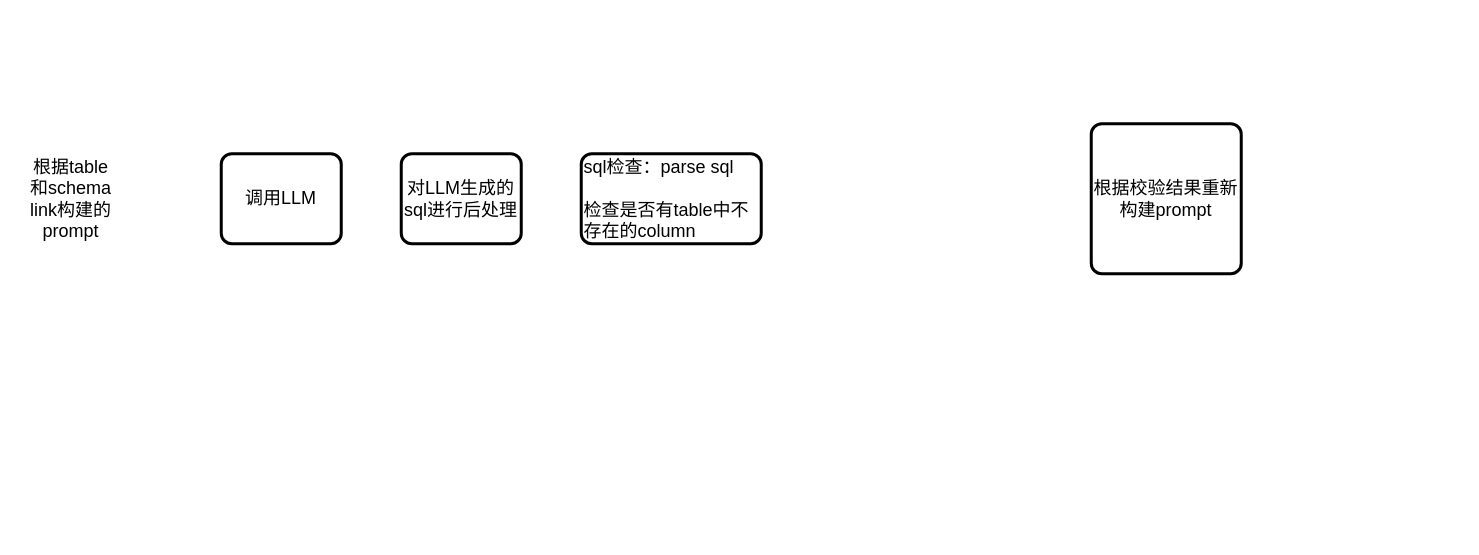
Before: page "sql校验" (4 of 4) of NL2SQL_LLM.drawio in CindyZX/drawio_figures, a draw.io diagram. Source tidied: cells renumbered, new cells numbered last; positions are measured from the earlier drawing's top-left corner, leaving out a move shared by most shapes. Both pictures are drawn from the tidied source at 150%, with x=0, y=0 at pixel (26, 123).
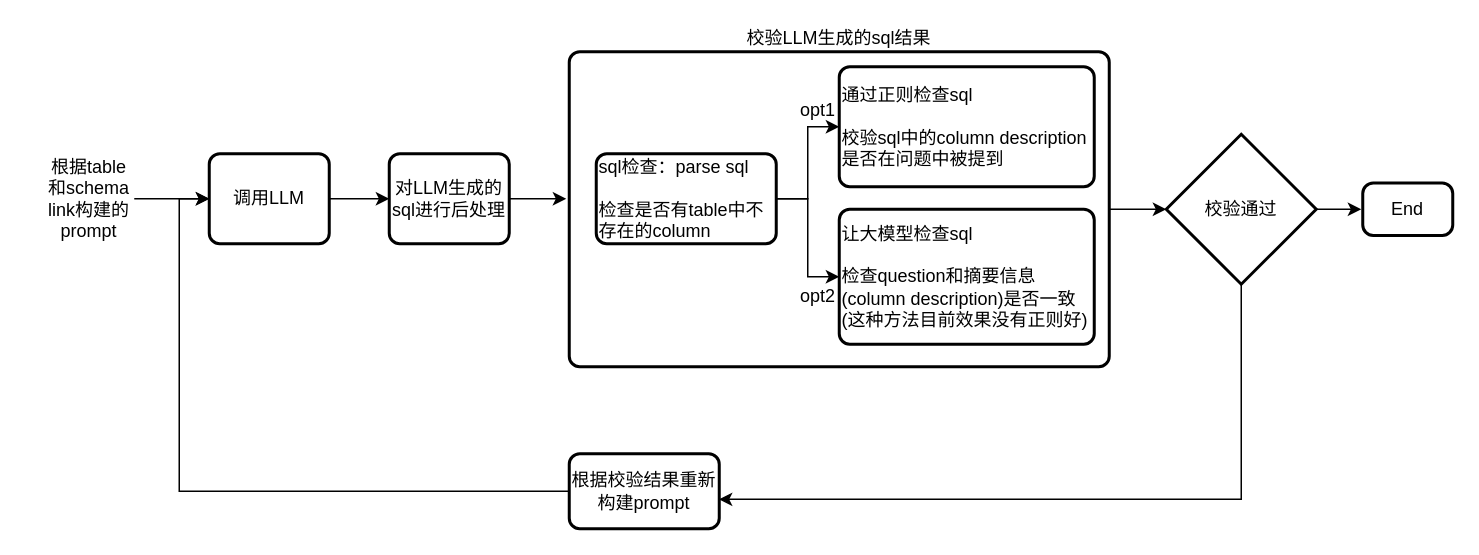
After the change.

The edit, as a diff of the source:
```diff
@@
+    <mxCell id="7" style="edgeStyle=orthogonalEdgeStyle;rounded=0;jettySize=auto;html=1;exitX=1;exitY=0.5;exitDx=0;exitDy=0;entryX=0;entryY=0.5;entryDx=0;entryDy=0;entryPerimeter=0;" parent="1" edge="1" source="8" target="18">
+      <mxGeometry relative="1" as="geometry" />
+    </mxCell>
+    <mxCell id="8" value="校验LLM生成的sql结果" style="rounded=1;whiteSpace=wrap;html=1;absoluteArcSize=1;arcSize=14;strokeWidth=2;labelPosition=center;verticalLabelPosition=top;align=center;verticalAlign=bottom;" parent="1" vertex="1">
+      <mxGeometry x="362" y="-48" width="360" height="210" as="geometry" />
+    </mxCell>
+    <mxCell id="9" style="edgeStyle=orthogonalEdgeStyle;rounded=0;jettySize=auto;html=1;exitX=0;exitY=0.5;exitDx=0;exitDy=0;entryX=0;entryY=0.5;entryDx=0;entryDy=0;" parent="1" edge="1" source="2" target="4">
+      <mxGeometry relative="1" as="geometry" />
+    </mxCell>
     <mxCell id="2" value="根据校验结果重新构建prompt" style="rounded=1;whiteSpace=wrap;html=1;absoluteArcSize=1;arcSize=14;strokeWidth=2;" parent="1" vertex="1">
-      <mxGeometry x="710" width="100" height="100" as="geometry" />
+      <mxGeometry x="362" y="220" width="100" height="50" as="geometry" />
     </mxCell>
+    <mxCell id="10" style="edgeStyle=orthogonalEdgeStyle;rounded=0;jettySize=auto;html=1;exitX=1;exitY=0.5;exitDx=0;exitDy=0;entryX=0;entryY=0.5;entryDx=0;entryDy=0;" parent="1" edge="1" source="3" target="4">
+      <mxGeometry relative="1" as="geometry" />
+    </mxCell>
     <mxCell id="3" value="根据table和schema link构建的prompt" style="text;html=1;strokeColor=none;fillColor=none;align=center;verticalAlign=middle;whiteSpace=wrap;rounded=0;" parent="1" vertex="1">
-      <mxGeometry y="35" width="60" height="30" as="geometry" />
+      <mxGeometry x="12" y="35" width="60" height="30" as="geometry" />
     </mxCell>
+    <mxCell id="11" style="edgeStyle=orthogonalEdgeStyle;rounded=0;jettySize=auto;html=1;exitX=1;exitY=0.5;exitDx=0;exitDy=0;entryX=0;entryY=0.5;entryDx=0;entryDy=0;" parent="1" edge="1" source="4" target="5">
+      <mxGeometry relative="1" as="geometry" />
+    </mxCell>
     <mxCell id="4" value="调用LLM" style="rounded=1;whiteSpace=wrap;html=1;absoluteArcSize=1;arcSize=14;strokeWidth=2;" parent="1" vertex="1">
-      <mxGeometry x="130" y="20" width="80" height="60" as="geometry" />
+      <mxGeometry x="122" y="20" width="80" height="60" as="geometry" />
     </mxCell>
+    <mxCell id="12" style="edgeStyle=orthogonalEdgeStyle;rounded=0;jettySize=auto;html=1;exitX=1;exitY=0.5;exitDx=0;exitDy=0;" parent="1" edge="1" source="5">
+      <mxGeometry relative="1" as="geometry">
+        <mxPoint x="360" y="50" as="targetPoint" />
+      </mxGeometry>
+    </mxCell>
     <mxCell id="5" value="对LLM生成的sql进行后处理" style="rounded=1;whiteSpace=wrap;html=1;absoluteArcSize=1;arcSize=14;strokeWidth=2;" parent="1" vertex="1">
-      <mxGeometry x="250" y="20" width="80" height="60" as="geometry" />
+      <mxGeometry x="242" y="20" width="80" height="60" as="geometry" />
     </mxCell>
+    <mxCell id="13" style="edgeStyle=orthogonalEdgeStyle;rounded=0;jettySize=auto;html=1;exitX=1;exitY=0.5;exitDx=0;exitDy=0;entryX=0;entryY=0.5;entryDx=0;entryDy=0;" parent="1" edge="1" source="6" target="15">
+      <mxGeometry relative="1" as="geometry" />
+    </mxCell>
+    <mxCell id="14" style="edgeStyle=orthogonalEdgeStyle;rounded=0;jettySize=auto;html=1;exitX=1;exitY=0.5;exitDx=0;exitDy=0;entryX=0;entryY=0.5;entryDx=0;entryDy=0;" parent="1" edge="1" source="6" target="16">
+      <mxGeometry relative="1" as="geometry" />
+    </mxCell>
     <mxCell id="6" value="sql检查：parse sql&lt;br&gt;&lt;br&gt;&lt;div style=&quot;&quot;&gt;检查是否有table中不存在的column&lt;/div&gt;" style="rounded=1;whiteSpace=wrap;html=1;absoluteArcSize=1;arcSize=14;strokeWidth=2;align=left;" parent="1" vertex="1">
-      <mxGeometry x="370" y="20" width="120" height="60" as="geometry" />
+      <mxGeometry x="380" y="20" width="120" height="60" as="geometry" />
     </mxCell>
+    <mxCell id="15" value="通过正则检查sql&lt;br&gt;&lt;br&gt;&lt;div style=&quot;&quot;&gt;校验sql中的column description是否在问题中被提到&lt;/div&gt;" style="rounded=1;whiteSpace=wrap;html=1;absoluteArcSize=1;arcSize=14;strokeWidth=2;labelPosition=center;verticalLabelPosition=middle;align=left;verticalAlign=middle;" parent="1" vertex="1">
+      <mxGeometry x="542" y="-38" width="170" height="80" as="geometry" />
+    </mxCell>
+    <mxCell id="16" value="让大模型检查sql&lt;br&gt;&lt;br&gt;&lt;div style=&quot;&quot;&gt;检查question和摘要信息(column description)是否一致&lt;/div&gt;&lt;div style=&quot;&quot;&gt;(这种方法目前效果没有正则好)&lt;/div&gt;" style="rounded=1;whiteSpace=wrap;html=1;absoluteArcSize=1;arcSize=14;strokeWidth=2;labelPosition=center;verticalLabelPosition=middle;align=left;verticalAlign=middle;" parent="1" vertex="1">
+      <mxGeometry x="542" y="57" width="170" height="90" as="geometry" />
+    </mxCell>
+    <mxCell id="17" style="edgeStyle=orthogonalEdgeStyle;rounded=0;jettySize=auto;html=1;exitX=1;exitY=0.5;exitDx=0;exitDy=0;exitPerimeter=0;" parent="1" edge="1" source="18">
+      <mxGeometry relative="1" as="geometry">
+        <mxPoint x="890" y="56.9" as="targetPoint" />
+      </mxGeometry>
+    </mxCell>
+    <mxCell id="18" value="校验通过" style="strokeWidth=2;html=1;shape=mxgraph.flowchart.decision;whiteSpace=wrap;" parent="1" vertex="1">
+      <mxGeometry x="760" y="7" width="100" height="100" as="geometry" />
+    </mxCell>
+    <mxCell id="19" value="opt1" style="text;html=1;strokeColor=none;fillColor=none;align=center;verticalAlign=middle;whiteSpace=wrap;rounded=0;" parent="1" vertex="1">
+      <mxGeometry x="498" y="-24" width="60" height="30" as="geometry" />
+    </mxCell>
+    <mxCell id="20" value="opt2" style="text;html=1;strokeColor=none;fillColor=none;align=center;verticalAlign=middle;whiteSpace=wrap;rounded=0;" parent="1" vertex="1">
+      <mxGeometry x="498" y="100" width="60" height="30" as="geometry" />
+    </mxCell>
+    <mxCell id="21" style="edgeStyle=orthogonalEdgeStyle;rounded=0;jettySize=auto;html=1;exitX=0.5;exitY=1;exitDx=0;exitDy=0;exitPerimeter=0;entryX=0.997;entryY=0.608;entryDx=0;entryDy=0;entryPerimeter=0;" parent="1" edge="1" source="18" target="2">
+      <mxGeometry relative="1" as="geometry" />
+    </mxCell>
+    <mxCell id="22" value="End" style="rounded=1;whiteSpace=wrap;html=1;absoluteArcSize=1;arcSize=14;strokeWidth=2;" parent="1" vertex="1">
+      <mxGeometry x="891" y="39.5" width="60" height="35" as="geometry" />
+    </mxCell>
```
